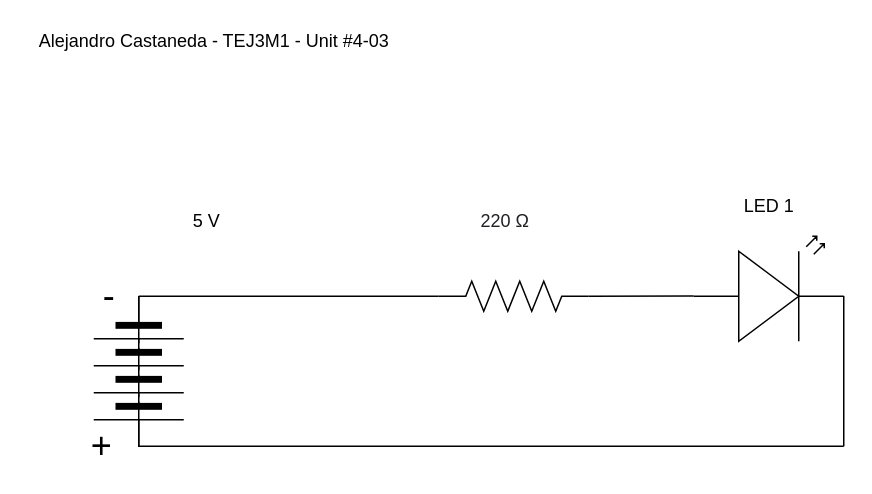
Alejandro356/TEJ3M1-Unit4-03 keeps this draw.io diagram as TEJ3M1-Unit4-05.drawio. Above is the earlier version. Source tidied: cells renumbered, new cells numbered last; positions are measured from the earlier drawing's top-left corner, leaving out a move shared by most shapes. Both pictures are drawn from the tidied source at 150%, with x=0, y=0 at pixel (26, 26).
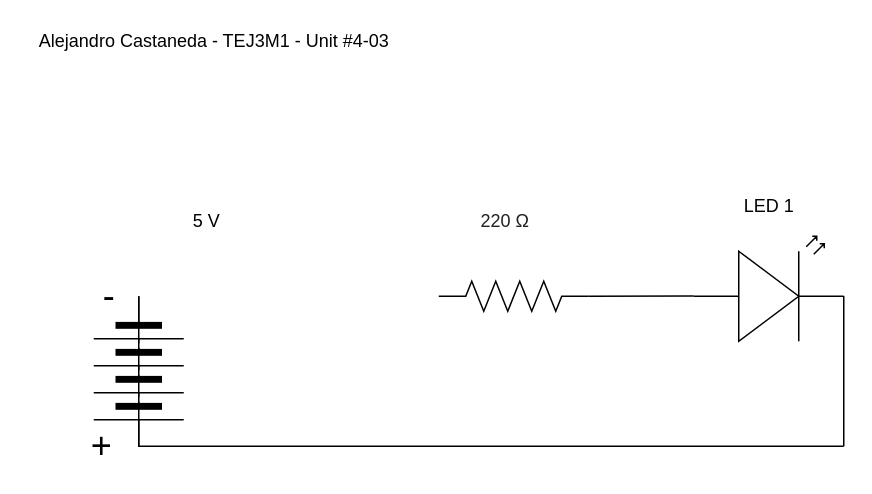
The same diagram, later.

The edit, as a diff of the source:
```diff
@@
 <mxGraphModel>
   <root>
     <mxCell id="0" />
     <mxCell id="1" parent="0" />
     <mxCell id="2" style="edgeStyle=none;html=1;exitX=1;exitY=0.5;exitDx=0;exitDy=0;exitPerimeter=0;entryX=0;entryY=0.57;entryDx=0;entryDy=0;entryPerimeter=0;endArrow=none;endFill=0;" parent="1" edge="1" source="4" target="8">
       <mxGeometry relative="1" as="geometry" />
     </mxCell>
-    <mxCell id="3" style="edgeStyle=none;html=1;exitX=0;exitY=0.5;exitDx=0;exitDy=0;exitPerimeter=0;endArrow=none;endFill=0;" parent="1" edge="1" source="4">
-      <mxGeometry relative="1" as="geometry">
-        <mxPoint x="75" y="180" as="targetPoint" />
-      </mxGeometry>
-    </mxCell>
     <mxCell id="4" style="verticalLabelPosition=bottom;shadow=0;dashed=0;align=center;html=1;verticalAlign=top;shape=mxgraph.electrical.resistors.resistor_2;" parent="1" vertex="1">
       <mxGeometry x="275" y="170" width="100" height="20" as="geometry" />
     </mxCell>
     <mxCell id="5" style="edgeStyle=none;html=1;exitX=0;exitY=0.5;exitDx=0;exitDy=0;endArrow=none;endFill=0;rounded=0;" parent="1" edge="1" source="6">
       <mxGeometry relative="1" as="geometry">
         <mxPoint x="545" y="280" as="targetPoint" />
         <Array as="points">
           <mxPoint x="75" y="280" />
         </Array>
       </mxGeometry>
     </mxCell>
     <mxCell id="6" style="verticalLabelPosition=bottom;shadow=0;dashed=0;align=center;html=1;verticalAlign=top;shape=mxgraph.electrical.miscellaneous.batteryStack;direction=south;" parent="1" vertex="1">
       <mxGeometry x="45" y="180" width="60" height="100" as="geometry" />
     </mxCell>
     <mxCell id="7" style="edgeStyle=none;html=1;exitX=1;exitY=0.57;exitDx=0;exitDy=0;exitPerimeter=0;endArrow=none;endFill=0;" parent="1" edge="1" source="8">
       <mxGeometry relative="1" as="geometry">
         <mxPoint x="545" y="280" as="targetPoint" />
       </mxGeometry>
     </mxCell>
     <mxCell id="8" style="verticalLabelPosition=bottom;shadow=0;dashed=0;align=center;html=1;verticalAlign=top;shape=mxgraph.electrical.opto_electronics.led_2;" parent="1" vertex="1">
       <mxGeometry x="445" y="140" width="100" height="70" as="geometry" />
     </mxCell>
     <mxCell id="9" value="Alejandro Castaneda - TEJ3M1 - Unit #4-03" style="text;html=1;align=center;verticalAlign=middle;fillColor=none;strokeColor=none;rounded=0;" parent="1" vertex="1">
       <mxGeometry width="250" height="20" as="geometry" />
     </mxCell>
     <mxCell id="10" value="5 V" style="text;html=1;align=center;verticalAlign=middle;fillColor=none;strokeColor=none;rounded=0;" parent="1" vertex="1">
       <mxGeometry x="105" y="120" width="30" height="20" as="geometry" />
     </mxCell>
     <mxCell id="11" value="&lt;span style=&quot;color: rgb(32 , 33 , 36) ; font-family: &amp;#34;arial&amp;#34; , sans-serif ; text-align: left ; background-color: rgb(255 , 255 , 255)&quot;&gt;&lt;font style=&quot;font-size: 12px&quot;&gt;220 Ω&lt;/font&gt;&lt;/span&gt;" style="text;html=1;align=center;verticalAlign=middle;fillColor=none;strokeColor=none;rounded=0;" parent="1" vertex="1">
       <mxGeometry x="294" y="120" width="50" height="20" as="geometry" />
     </mxCell>
     <mxCell id="12" value="LED 1" style="text;html=1;align=center;verticalAlign=middle;fillColor=none;strokeColor=none;rounded=0;fontSize=12;" parent="1" vertex="1">
       <mxGeometry x="470" y="110" width="50" height="20" as="geometry" />
     </mxCell>
     <mxCell id="13" value="&lt;font style=&quot;font-size: 24px&quot;&gt;+&lt;/font&gt;" style="text;html=1;align=center;verticalAlign=middle;fillColor=none;strokeColor=none;rounded=0;fontSize=12;" parent="1" vertex="1">
       <mxGeometry x="35" y="270" width="30" height="20" as="geometry" />
     </mxCell>
     <mxCell id="14" value="-" style="text;html=1;align=center;verticalAlign=middle;fillColor=none;strokeColor=none;rounded=0;fontSize=24;" parent="1" vertex="1">
       <mxGeometry x="45" y="165" width="20" height="30" as="geometry" />
     </mxCell>
   </root>
 </mxGraphModel>
```
